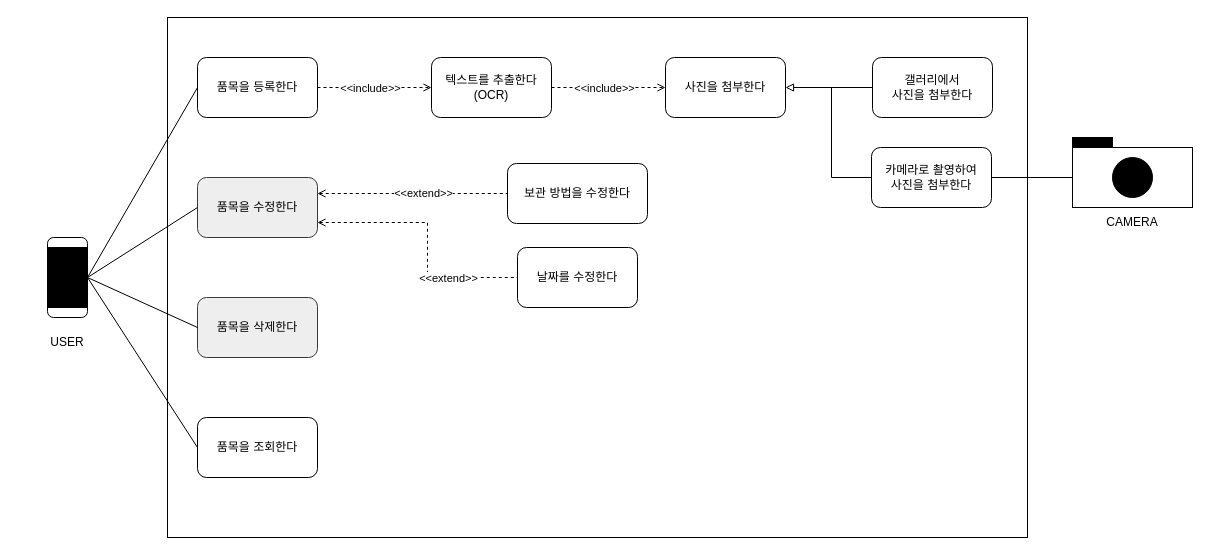
Before: Weekly Progress/8주차(구조발표)/diagram/UsecaseDiagram_최종.drawio in LumiereKANG/SW_development, a draw.io diagram. Source tidied: cells renumbered, new cells numbered last; positions are measured from the earlier drawing's top-left corner, leaving out a move shared by most shapes. Both pictures are drawn from the tidied source at 100%, with x=0, y=0 at pixel (37, 17). Pictures stored in the file or linked from it are replaced by grey dashed boxes.
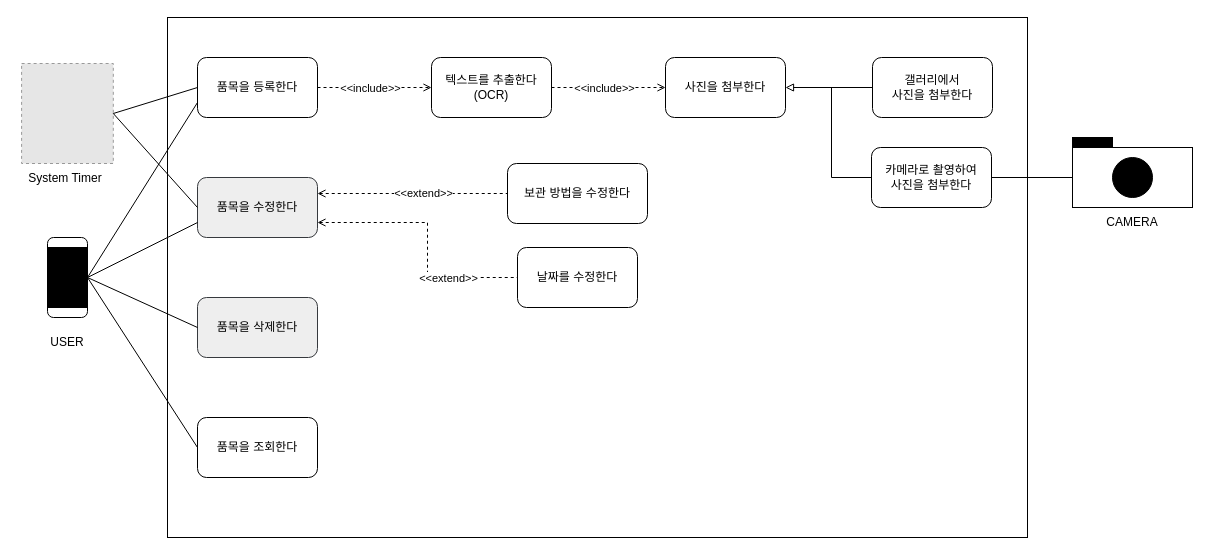
The same diagram, later.

Commit message (it also covers changes not shown here):
usecase diagram update

Unchanged cells that the change refers to:
```xml
<mxCell id="3" value="품목을 등록한다" style="rounded=1;whiteSpace=wrap;html=1;" parent="1" vertex="1">
  <mxGeometry x="160" y="40" width="120" height="60" as="geometry" />
</mxCell>
<mxCell id="4" value="품목을 수정한다" style="rounded=1;whiteSpace=wrap;html=1;fillColor=#eeeeee;strokeColor=#36393d;" parent="1" vertex="1">
  <mxGeometry x="160" y="160" width="120" height="60" as="geometry" />
</mxCell>
<mxCell id="11" value="USER" style="rounded=0;whiteSpace=wrap;html=1;fillColor=#000000;" parent="1" vertex="1">
  <mxGeometry x="10" y="230" width="40" height="60" as="geometry" />
</mxCell>
```

The edit, as a diff of the source:
```diff
@@
-    <mxCell id="13" style="endArrow=none;html=1;rounded=0;entryX=0;entryY=0.5;entryDx=0;entryDy=0;exitX=1;exitY=0.5;exitDx=0;exitDy=0;" parent="1" edge="1" source="11" target="3">
+    <mxCell id="13" style="endArrow=none;html=1;rounded=0;entryX=0;entryY=0.75;entryDx=0;entryDy=0;exitX=1;exitY=0.5;exitDx=0;exitDy=0;" parent="1" edge="1" source="11" target="3">
       <mxGeometry relative="1" as="geometry" />
     </mxCell>
-    <mxCell id="14" style="endArrow=none;html=1;rounded=0;entryX=0;entryY=0.5;entryDx=0;entryDy=0;exitX=1;exitY=0.5;exitDx=0;exitDy=0;" parent="1" edge="1" source="11" target="4">
+    <mxCell id="14" style="endArrow=none;html=1;rounded=0;entryX=0;entryY=0.75;entryDx=0;entryDy=0;exitX=1;exitY=0.5;exitDx=0;exitDy=0;" parent="1" edge="1" source="11" target="4">
       <mxGeometry relative="1" as="geometry" />
     </mxCell>
@@
+    <mxCell id="35" style="fillColor=#E6E6E6;strokeColor=#999999;dashed=1;verticalLabelPosition=bottom;labelBackgroundColor=#ffffff;verticalAlign=top;" parent="1" vertex="1">
+      <mxGeometry x="-15.9" y="46" width="91.7" height="100" as="geometry" />
+    </mxCell>
+    <mxCell id="36" value="System Timer" style="text;html=1;strokeColor=none;fillColor=none;align=center;verticalAlign=middle;whiteSpace=wrap;rounded=0;" parent="1" vertex="1">
+      <mxGeometry x="-20" y="146" width="95.9" height="30" as="geometry" />
+    </mxCell>
+    <mxCell id="37" style="endArrow=none;html=1;rounded=0;entryX=0;entryY=0.5;entryDx=0;entryDy=0;exitX=1;exitY=0.5;exitDx=0;exitDy=0;" parent="1" edge="1" source="35" target="3">
+      <mxGeometry relative="1" as="geometry" />
+    </mxCell>
+    <mxCell id="38" style="endArrow=none;html=1;rounded=0;entryX=0;entryY=0.5;entryDx=0;entryDy=0;exitX=1;exitY=0.5;exitDx=0;exitDy=0;" parent="1" edge="1" source="35" target="4">
+      <mxGeometry relative="1" as="geometry" />
+    </mxCell>
```
